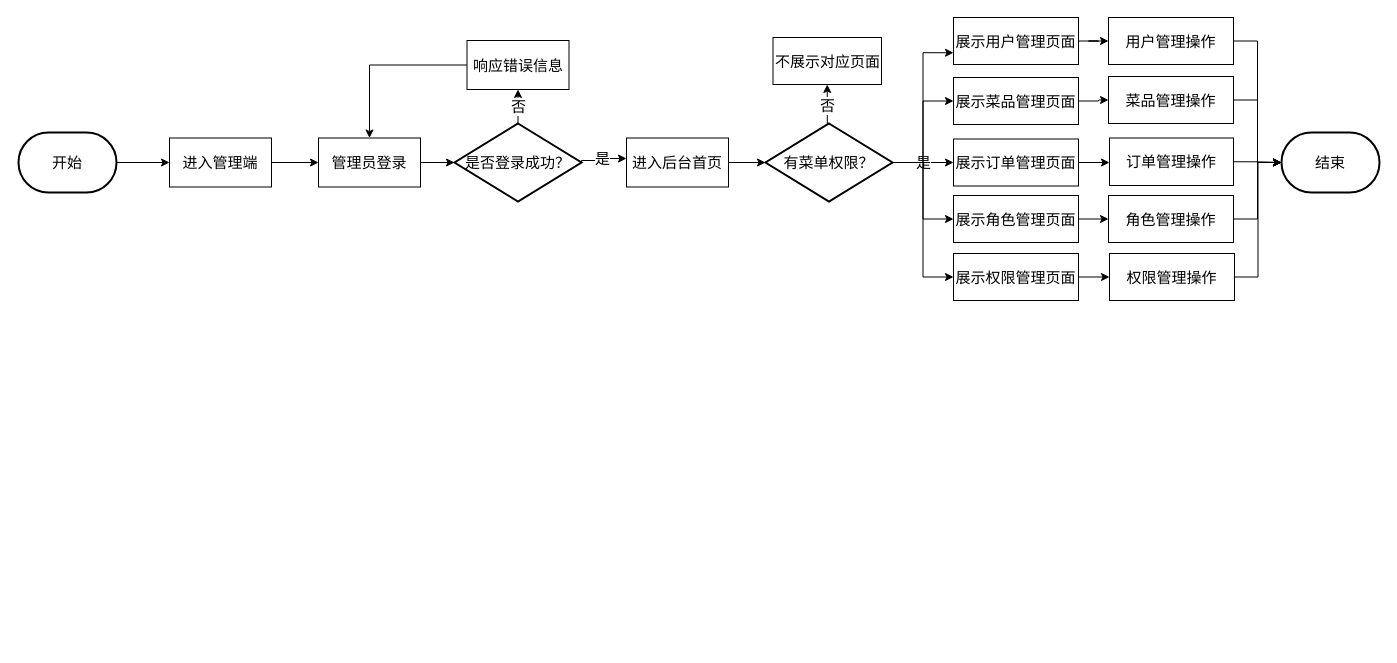
FanDoggie/github-slideshow keeps this draw.io diagram as 管理端流程图.drawio. Above is the earlier version. Source tidied: cells renumbered, new cells numbered last; positions are measured from the earlier drawing's top-left corner, leaving out a move shared by most shapes. Both pictures are drawn from the tidied source at 100%, with x=0, y=0 at pixel (18, 17).
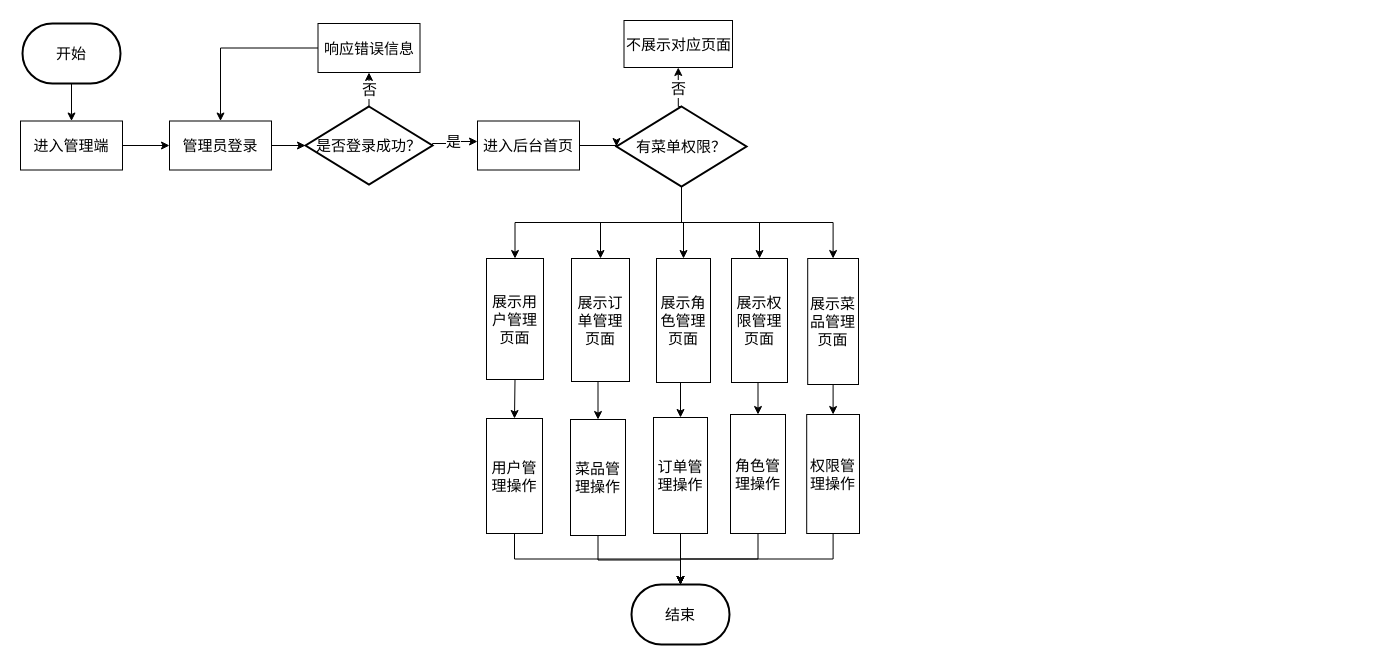
Above is the later version.

Commit message (it also covers changes not shown here):
更新管理端流程图.drawio

Change to the diagram source:
```diff
@@
-    <mxCell id="2" style="edgeStyle=orthogonalEdgeStyle;rounded=0;jettySize=auto;html=1;exitX=1;exitY=0.5;exitDx=0;exitDy=0;exitPerimeter=0;entryX=0;entryY=0.5;entryDx=0;entryDy=0;" parent="1" edge="1" source="3" target="5">
+    <mxCell id="2" style="edgeStyle=orthogonalEdgeStyle;rounded=0;jettySize=auto;html=1;exitX=0.5;exitY=1;exitDx=0;exitDy=0;exitPerimeter=0;" parent="1" edge="1" source="3" target="5">
       <mxGeometry relative="1" as="geometry" />
     </mxCell>
     <mxCell id="3" value="开始" style="strokeWidth=2;html=1;shape=mxgraph.flowchart.terminator;whiteSpace=wrap;fontSize=15;" parent="1" vertex="1">
-      <mxGeometry y="115" width="98" height="60" as="geometry" />
+      <mxGeometry x="4" y="6" width="98" height="60" as="geometry" />
     </mxCell>
@@
     <mxCell id="5" value="进入管理端" style="rounded=0;whiteSpace=wrap;html=1;fontSize=15;" parent="1" vertex="1">
-      <mxGeometry x="151" y="120.5" width="102" height="49" as="geometry" />
+      <mxGeometry x="2" y="103.5" width="102" height="49" as="geometry" />
     </mxCell>
@@
     <mxCell id="7" value="管理员登录" style="rounded=0;whiteSpace=wrap;html=1;fontSize=15;" parent="1" vertex="1">
-      <mxGeometry x="300" y="120.5" width="102" height="49" as="geometry" />
+      <mxGeometry x="151" y="103.5" width="102" height="49" as="geometry" />
     </mxCell>
     <mxCell id="8" value="是" style="edgeStyle=orthogonalEdgeStyle;rounded=0;jettySize=auto;html=1;exitX=1;exitY=0.5;exitDx=0;exitDy=0;exitPerimeter=0;fontSize=15;" parent="1" edge="1" source="10" target="12">
       <mxGeometry relative="1" as="geometry">
         <Array as="points">
-          <mxPoint x="563" y="143" />
-          <mxPoint x="583" y="143" />
-          <mxPoint x="583" y="141" />
+          <mxPoint x="414" y="126" />
+          <mxPoint x="434" y="126" />
+          <mxPoint x="434" y="124" />
         </Array>
       </mxGeometry>
     </mxCell>
@@
     <mxCell id="10" value="&lt;font style=&quot;font-size: 15px;&quot;&gt;是否登录成功？&lt;/font&gt;" style="strokeWidth=2;html=1;shape=mxgraph.flowchart.decision;whiteSpace=wrap;fontSize=15;" parent="1" vertex="1">
-      <mxGeometry x="436" y="106" width="127" height="78" as="geometry" />
+      <mxGeometry x="287" y="89" width="127" height="78" as="geometry" />
     </mxCell>
@@
     <mxCell id="12" value="进入后台首页" style="rounded=0;whiteSpace=wrap;html=1;fontSize=15;" parent="1" vertex="1">
-      <mxGeometry x="608" y="120.5" width="102" height="49" as="geometry" />
+      <mxGeometry x="459" y="103.5" width="102" height="49" as="geometry" />
     </mxCell>
@@
     <mxCell id="14" value="响应错误信息" style="rounded=0;whiteSpace=wrap;html=1;fontSize=15;" parent="1" vertex="1">
-      <mxGeometry x="448.5" y="23" width="102" height="49" as="geometry" />
+      <mxGeometry x="299.5" y="6" width="102" height="49" as="geometry" />
     </mxCell>
@@
+    <mxCell id="17" style="edgeStyle=orthogonalEdgeStyle;rounded=0;jettySize=auto;html=1;exitX=0.5;exitY=1;exitDx=0;exitDy=0;exitPerimeter=0;entryX=0.5;entryY=0;entryDx=0;entryDy=0;" parent="1" edge="1" source="21" target="24">
+      <mxGeometry relative="1" as="geometry" />
+    </mxCell>
-    <mxCell id="16" value="是" style="edgeStyle=orthogonalEdgeStyle;rounded=0;jettySize=auto;html=1;exitX=1;exitY=0.5;exitDx=0;exitDy=0;exitPerimeter=0;entryX=0;entryY=0.5;entryDx=0;entryDy=0;fontSize=15;" parent="1" edge="1" source="21" target="28">
+    <mxCell id="16" style="edgeStyle=orthogonalEdgeStyle;rounded=0;jettySize=auto;html=1;exitX=0.5;exitY=1;exitDx=0;exitDy=0;exitPerimeter=0;entryX=0.5;entryY=0;entryDx=0;entryDy=0;" parent="1" edge="1" source="21" target="28">
       <mxGeometry relative="1" as="geometry" />
     </mxCell>
-    <mxCell id="17" style="edgeStyle=orthogonalEdgeStyle;rounded=0;jettySize=auto;html=1;exitX=1;exitY=0.5;exitDx=0;exitDy=0;exitPerimeter=0;entryX=0;entryY=0.75;entryDx=0;entryDy=0;" parent="1" edge="1" source="21" target="24">
-      <mxGeometry relative="1" as="geometry" />
-    </mxCell>
-    <mxCell id="18" style="edgeStyle=orthogonalEdgeStyle;rounded=0;jettySize=auto;html=1;exitX=1;exitY=0.5;exitDx=0;exitDy=0;exitPerimeter=0;entryX=0;entryY=0.5;entryDx=0;entryDy=0;" parent="1" edge="1" source="21" target="26">
-      <mxGeometry relative="1" as="geometry" />
-    </mxCell>
-    <mxCell id="19" style="edgeStyle=orthogonalEdgeStyle;rounded=0;jettySize=auto;html=1;exitX=1;exitY=0.5;exitDx=0;exitDy=0;exitPerimeter=0;entryX=0;entryY=0.5;entryDx=0;entryDy=0;" parent="1" edge="1" source="21" target="30">
+    <mxCell id="19" style="edgeStyle=orthogonalEdgeStyle;rounded=0;jettySize=auto;html=1;exitX=0.5;exitY=1;exitDx=0;exitDy=0;exitPerimeter=0;entryX=0.5;entryY=0;entryDx=0;entryDy=0;" parent="1" edge="1" source="21" target="30">
       <mxGeometry relative="1" as="geometry" />
     </mxCell>
-    <mxCell id="20" style="edgeStyle=orthogonalEdgeStyle;rounded=0;jettySize=auto;html=1;exitX=1;exitY=0.5;exitDx=0;exitDy=0;exitPerimeter=0;entryX=0;entryY=0.5;entryDx=0;entryDy=0;" parent="1" edge="1" source="21" target="32">
+    <mxCell id="20" style="edgeStyle=orthogonalEdgeStyle;rounded=0;jettySize=auto;html=1;exitX=0.5;exitY=1;exitDx=0;exitDy=0;exitPerimeter=0;" parent="1" edge="1" source="21" target="32">
       <mxGeometry relative="1" as="geometry" />
     </mxCell>
+    <mxCell id="18" style="edgeStyle=orthogonalEdgeStyle;rounded=0;jettySize=auto;html=1;exitX=0.5;exitY=1;exitDx=0;exitDy=0;exitPerimeter=0;" parent="1" edge="1" source="21" target="26">
+      <mxGeometry relative="1" as="geometry" />
+    </mxCell>
     <mxCell id="21" value="&lt;font style=&quot;font-size: 15px;&quot;&gt;有菜单权限？&lt;/font&gt;" style="strokeWidth=2;html=1;shape=mxgraph.flowchart.decision;whiteSpace=wrap;fontSize=15;" parent="1" vertex="1">
-      <mxGeometry x="747" y="106" width="127" height="78" as="geometry" />
+      <mxGeometry x="598" y="89" width="130" height="80" as="geometry" />
     </mxCell>
     <mxCell id="22" value="不展示对应页面" style="rounded=0;whiteSpace=wrap;html=1;fontSize=15;" parent="1" vertex="1">
-      <mxGeometry x="754.5" y="20" width="108.5" height="47" as="geometry" />
+      <mxGeometry x="605.5" y="3" width="108.5" height="47" as="geometry" />
     </mxCell>
-    <mxCell id="23" style="edgeStyle=orthogonalEdgeStyle;rounded=0;jettySize=auto;html=1;exitX=1;exitY=0.5;exitDx=0;exitDy=0;" parent="1" edge="1" source="24" target="34">
+    <mxCell id="23" style="edgeStyle=orthogonalEdgeStyle;rounded=0;jettySize=auto;html=1;exitX=0.5;exitY=1;exitDx=0;exitDy=0;entryX=0.5;entryY=0;entryDx=0;entryDy=0;" parent="1" edge="1" source="24" target="34">
       <mxGeometry relative="1" as="geometry" />
     </mxCell>
     <mxCell id="24" value="展示用户管理页面" style="rounded=0;whiteSpace=wrap;html=1;fontSize=15;" parent="1" vertex="1">
-      <mxGeometry x="935" width="125" height="47" as="geometry" />
+      <mxGeometry x="468" y="241" width="57" height="121" as="geometry" />
     </mxCell>
-    <mxCell id="25" style="edgeStyle=orthogonalEdgeStyle;rounded=0;jettySize=auto;html=1;exitX=1;exitY=0.5;exitDx=0;exitDy=0;" parent="1" edge="1" source="26" target="36">
-      <mxGeometry relative="1" as="geometry" />
-    </mxCell>
+    <mxCell id="44" style="edgeStyle=orthogonalEdgeStyle;rounded=0;jettySize=auto;html=1;exitX=0.5;exitY=1;exitDx=0;exitDy=0;entryX=0.5;entryY=0;entryDx=0;entryDy=0;" parent="1" edge="1" source="26" target="42">
+      <mxGeometry relative="1" as="geometry" />
+    </mxCell>
     <mxCell id="26" value="展示菜品管理页面" style="rounded=0;whiteSpace=wrap;html=1;fontSize=15;" parent="1" vertex="1">
-      <mxGeometry x="935" y="60" width="125" height="47" as="geometry" />
+      <mxGeometry x="789.2" y="241" width="50.8" height="126" as="geometry" />
     </mxCell>
-    <mxCell id="27" style="edgeStyle=orthogonalEdgeStyle;rounded=0;jettySize=auto;html=1;exitX=1;exitY=0.5;exitDx=0;exitDy=0;entryX=0;entryY=0.5;entryDx=0;entryDy=0;" parent="1" edge="1" source="28" target="38">
-      <mxGeometry relative="1" as="geometry" />
-    </mxCell>
+    <mxCell id="45" style="edgeStyle=orthogonalEdgeStyle;rounded=0;jettySize=auto;html=1;exitX=0.5;exitY=1;exitDx=0;exitDy=0;entryX=0.5;entryY=0;entryDx=0;entryDy=0;" parent="1" edge="1" source="28" target="36">
+      <mxGeometry relative="1" as="geometry" />
+    </mxCell>
     <mxCell id="28" value="展示订单管理页面" style="rounded=0;whiteSpace=wrap;html=1;fontSize=15;" parent="1" vertex="1">
-      <mxGeometry x="935" y="121.5" width="125" height="47" as="geometry" />
+      <mxGeometry x="553" y="241" width="58" height="123" as="geometry" />
     </mxCell>
-    <mxCell id="29" style="edgeStyle=orthogonalEdgeStyle;rounded=0;jettySize=auto;html=1;exitX=1;exitY=0.5;exitDx=0;exitDy=0;entryX=0;entryY=0.5;entryDx=0;entryDy=0;" parent="1" edge="1" source="30" target="40">
-      <mxGeometry relative="1" as="geometry" />
-    </mxCell>
+    <mxCell id="46" style="edgeStyle=orthogonalEdgeStyle;rounded=0;jettySize=auto;html=1;exitX=0.5;exitY=1;exitDx=0;exitDy=0;entryX=0.5;entryY=0;entryDx=0;entryDy=0;" parent="1" edge="1" source="30" target="38">
+      <mxGeometry relative="1" as="geometry" />
+    </mxCell>
     <mxCell id="30" value="展示角色管理页面" style="rounded=0;whiteSpace=wrap;html=1;fontSize=15;" parent="1" vertex="1">
-      <mxGeometry x="935" y="178" width="125" height="47" as="geometry" />
+      <mxGeometry x="638" y="241" width="54" height="124" as="geometry" />
     </mxCell>
-    <mxCell id="31" style="edgeStyle=orthogonalEdgeStyle;rounded=0;jettySize=auto;html=1;exitX=1;exitY=0.5;exitDx=0;exitDy=0;entryX=0;entryY=0.5;entryDx=0;entryDy=0;" parent="1" edge="1" source="32" target="42">
-      <mxGeometry relative="1" as="geometry" />
-    </mxCell>
+    <mxCell id="47" style="edgeStyle=orthogonalEdgeStyle;rounded=0;jettySize=auto;html=1;exitX=0.5;exitY=1;exitDx=0;exitDy=0;entryX=0.5;entryY=0;entryDx=0;entryDy=0;" parent="1" edge="1" source="32" target="40">
+      <mxGeometry relative="1" as="geometry" />
+    </mxCell>
     <mxCell id="32" value="展示权限管理页面" style="rounded=0;whiteSpace=wrap;html=1;fontSize=15;" parent="1" vertex="1">
-      <mxGeometry x="935" y="236" width="125" height="47" as="geometry" />
+      <mxGeometry x="713" y="241" width="56" height="124" as="geometry" />
     </mxCell>
-    <mxCell id="33" style="edgeStyle=orthogonalEdgeStyle;rounded=0;jettySize=auto;html=1;exitX=1;exitY=0.5;exitDx=0;exitDy=0;entryX=0;entryY=0.5;entryDx=0;entryDy=0;entryPerimeter=0;" parent="1" edge="1" source="34" target="43">
-      <mxGeometry relative="1" as="geometry" />
-    </mxCell>
-    <mxCell id="34" value="用户管理操作" style="rounded=0;whiteSpace=wrap;html=1;fontSize=15;" parent="1" vertex="1">
-      <mxGeometry x="1090" width="125" height="47" as="geometry" />
-    </mxCell>
-    <mxCell id="35" style="edgeStyle=orthogonalEdgeStyle;rounded=0;jettySize=auto;html=1;exitX=1;exitY=0.5;exitDx=0;exitDy=0;entryX=0;entryY=0.5;entryDx=0;entryDy=0;entryPerimeter=0;" parent="1" edge="1" source="36" target="43">
+    <mxCell id="35" style="edgeStyle=orthogonalEdgeStyle;rounded=0;jettySize=auto;html=1;exitX=0.5;exitY=1;exitDx=0;exitDy=0;entryX=0.5;entryY=0;entryDx=0;entryDy=0;entryPerimeter=0;" parent="1" edge="1" source="36" target="43">
       <mxGeometry relative="1" as="geometry" />
     </mxCell>
     <mxCell id="36" value="菜品管理操作" style="rounded=0;whiteSpace=wrap;html=1;fontSize=15;" parent="1" vertex="1">
-      <mxGeometry x="1090" y="59" width="125" height="47" as="geometry" />
+      <mxGeometry x="552" y="402" width="55" height="116" as="geometry" />
     </mxCell>
-    <mxCell id="37" style="edgeStyle=orthogonalEdgeStyle;rounded=0;jettySize=auto;html=1;exitX=1;exitY=0.5;exitDx=0;exitDy=0;entryX=0;entryY=0.5;entryDx=0;entryDy=0;entryPerimeter=0;" parent="1" edge="1" source="38" target="43">
+    <mxCell id="37" style="edgeStyle=orthogonalEdgeStyle;rounded=0;jettySize=auto;html=1;exitX=0.5;exitY=1;exitDx=0;exitDy=0;" parent="1" edge="1" source="38" target="43">
       <mxGeometry relative="1" as="geometry" />
     </mxCell>
     <mxCell id="38" value="订单管理操作" style="rounded=0;whiteSpace=wrap;html=1;fontSize=15;" parent="1" vertex="1">
-      <mxGeometry x="1091" y="120.5" width="124" height="47.5" as="geometry" />
+      <mxGeometry x="635" y="400" width="54" height="116" as="geometry" />
     </mxCell>
-    <mxCell id="39" style="edgeStyle=orthogonalEdgeStyle;rounded=0;jettySize=auto;html=1;exitX=1;exitY=0.5;exitDx=0;exitDy=0;entryX=0;entryY=0.5;entryDx=0;entryDy=0;entryPerimeter=0;" parent="1" edge="1" source="40" target="43">
+    <mxCell id="39" style="edgeStyle=orthogonalEdgeStyle;rounded=0;jettySize=auto;html=1;exitX=0.5;exitY=1;exitDx=0;exitDy=0;entryX=0.5;entryY=0;entryDx=0;entryDy=0;entryPerimeter=0;" parent="1" edge="1" source="40" target="43">
       <mxGeometry relative="1" as="geometry" />
     </mxCell>
     <mxCell id="40" value="角色管理操作" style="rounded=0;whiteSpace=wrap;html=1;fontSize=15;" parent="1" vertex="1">
-      <mxGeometry x="1090" y="178" width="125" height="47" as="geometry" />
+      <mxGeometry x="712" y="397" width="55" height="119" as="geometry" />
     </mxCell>
-    <mxCell id="41" style="edgeStyle=orthogonalEdgeStyle;rounded=0;jettySize=auto;html=1;exitX=1;exitY=0.5;exitDx=0;exitDy=0;entryX=0;entryY=0.5;entryDx=0;entryDy=0;entryPerimeter=0;" parent="1" edge="1" source="42" target="43">
+    <mxCell id="41" style="edgeStyle=orthogonalEdgeStyle;rounded=0;jettySize=auto;html=1;exitX=0.5;exitY=1;exitDx=0;exitDy=0;entryX=0.5;entryY=0;entryDx=0;entryDy=0;entryPerimeter=0;" parent="1" edge="1" source="42" target="43">
       <mxGeometry relative="1" as="geometry" />
     </mxCell>
     <mxCell id="42" value="权限管理操作" style="rounded=0;whiteSpace=wrap;html=1;fontSize=15;" parent="1" vertex="1">
-      <mxGeometry x="1091" y="236" width="125" height="47" as="geometry" />
+      <mxGeometry x="788.2" y="397" width="52.8" height="119" as="geometry" />
     </mxCell>
+    <mxCell id="33" style="edgeStyle=orthogonalEdgeStyle;rounded=0;jettySize=auto;html=1;exitX=0.5;exitY=1;exitDx=0;exitDy=0;" parent="1" edge="1" source="34" target="43">
+      <mxGeometry relative="1" as="geometry" />
+    </mxCell>
+    <mxCell id="34" value="用户管理操作" style="rounded=0;whiteSpace=wrap;html=1;fontSize=15;" parent="1" vertex="1">
+      <mxGeometry x="468" y="401" width="56" height="115" as="geometry" />
+    </mxCell>
     <mxCell id="43" value="结束" style="strokeWidth=2;html=1;shape=mxgraph.flowchart.terminator;whiteSpace=wrap;fontSize=15;" parent="1" vertex="1">
-      <mxGeometry x="1263" y="115" width="98" height="60" as="geometry" />
+      <mxGeometry x="613" y="567" width="98" height="60" as="geometry" />
     </mxCell>
```
